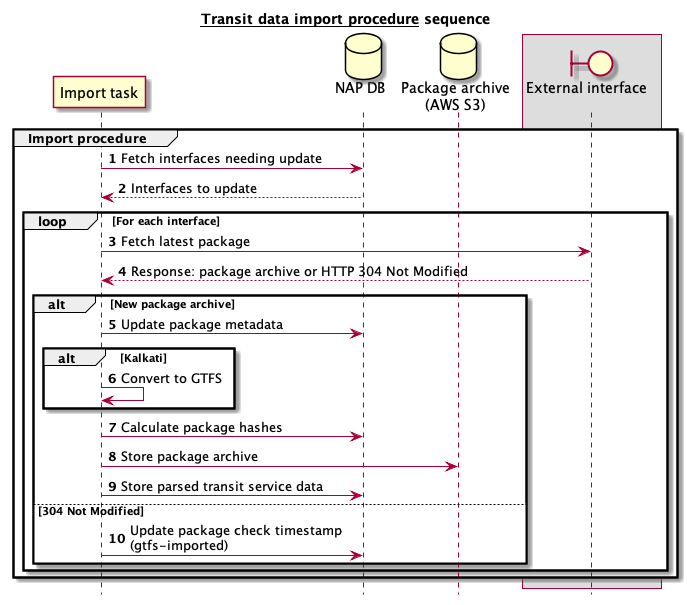
tmfg/mmtis-national-access-point keeps this PlantUML diagram as docs/transit-changes/import-process.png. Above is the earlier version.
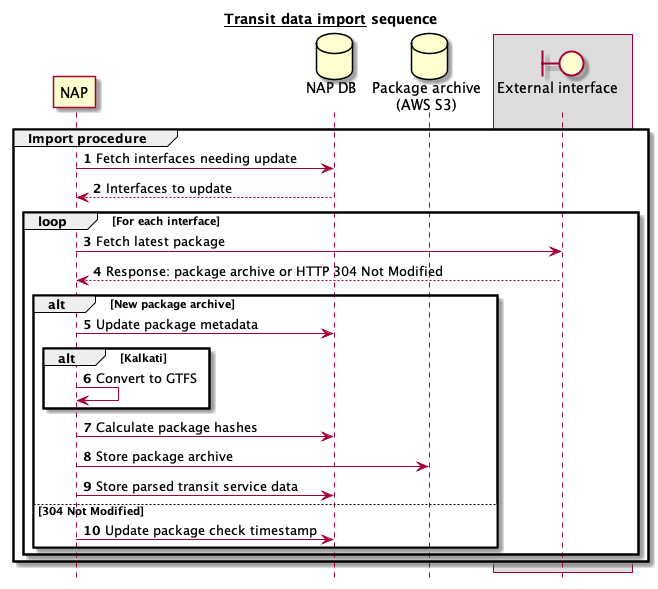
Above is the later version.

Commit message:
doc: transit-changes day change detection and notification documented

The edit, as a diff of the source:
```diff
@@ -1,9 +1,9 @@
 @startuml
-title __Transit data import procedure__ sequence
+title __Transit data import__ sequence
 autonumber
 hide footbox
 
-participant "Import task" as IMP
+participant "NAP" as IMP
 database "NAP DB\n" as DB
 database "Package archive\n(AWS S3)" as S3
 box
@@ -25,7 +25,7 @@
          IMP->S3: Store package archive
          IMP->DB: Store parsed transit service data
         else 304 Not Modified
-          IMP->DB: Update package check timestamp \n(gtfs-imported)
+          IMP->DB: Update package check timestamp
         end
     end
 end
```
